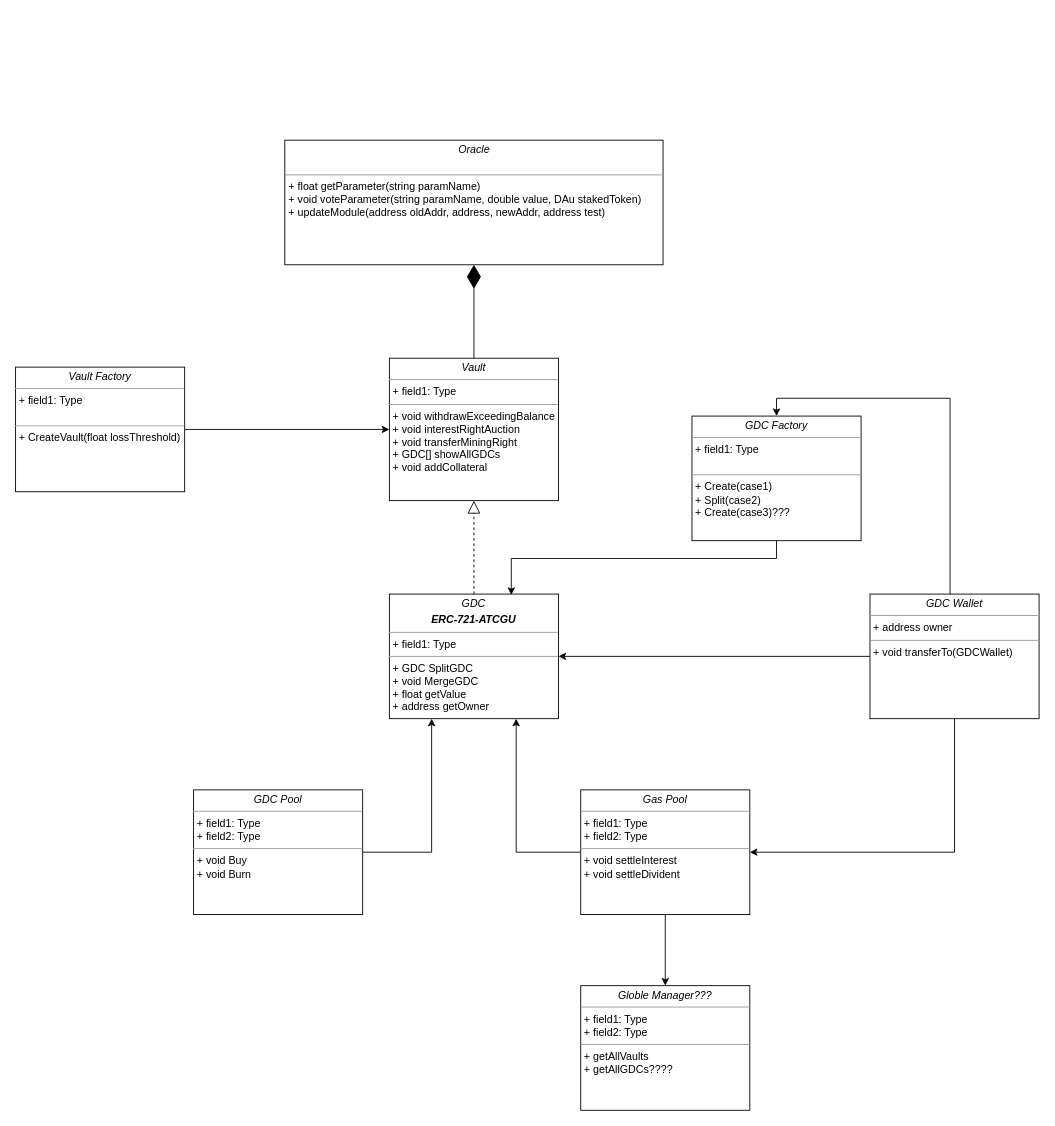
This is GDC.drawio from daugdc/atcgu, a draw.io file, before an edit. Source tidied: cells renumbered, new cells numbered last; positions are measured from the earlier drawing's top-left corner, leaving out a move shared by most shapes. Both pictures are drawn from the tidied source at 89%, with x=0, y=0 at pixel (15, 140).
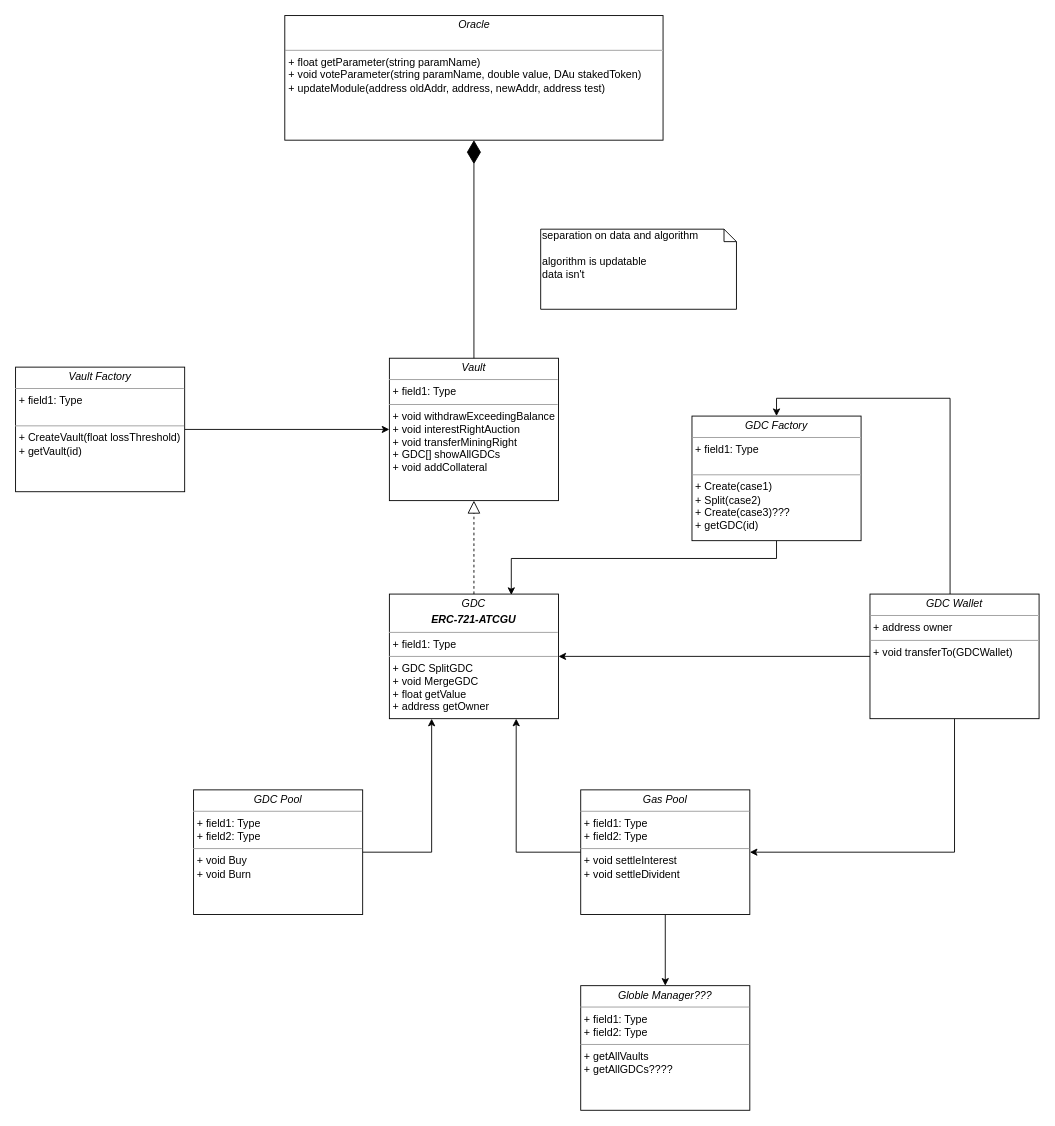
The same page after the edit.

Diff of the diagram source:
```diff
@@
     <mxCell id="13" value="&lt;p style=&quot;margin: 0px ; margin-top: 4px ; text-align: center&quot;&gt;&lt;i&gt;Oracle&lt;/i&gt;&lt;/p&gt;&lt;p style=&quot;margin: 0px ; margin-left: 4px&quot;&gt;&lt;br&gt;&lt;/p&gt;&lt;hr size=&quot;1&quot;&gt;&lt;p style=&quot;margin: 0px ; margin-left: 4px&quot;&gt;+ float getParameter(string paramName)&lt;/p&gt;&lt;p style=&quot;margin: 0px ; margin-left: 4px&quot;&gt;+ void voteParameter(string paramName, double value, DAu stakedToken)&lt;/p&gt;&lt;p style=&quot;margin: 0px ; margin-left: 4px&quot;&gt;+ updateModule(address oldAddr, address, newAddr, address test)&lt;/p&gt;" style="verticalAlign=top;align=left;overflow=fill;fontSize=12;fontFamily=Helvetica;html=1;" parent="1" vertex="1">
-      <mxGeometry x="302.5" width="425" height="140" as="geometry" />
+      <mxGeometry x="302.5" y="-140" width="425" height="140" as="geometry" />
     </mxCell>
@@
-    <mxCell id="17" value="&lt;p style=&quot;margin: 0px ; margin-top: 4px ; text-align: center&quot;&gt;&lt;i&gt;Vault Factory&lt;/i&gt;&lt;/p&gt;&lt;hr size=&quot;1&quot;&gt;&lt;p style=&quot;margin: 0px ; margin-left: 4px&quot;&gt;+ field1: Type&lt;br&gt;&lt;br&gt;&lt;/p&gt;&lt;hr size=&quot;1&quot;&gt;&lt;p style=&quot;margin: 0px ; margin-left: 4px&quot;&gt;+ CreateVault(float lossThreshold)&lt;br&gt;&lt;br&gt;&lt;/p&gt;" style="verticalAlign=top;align=left;overflow=fill;fontSize=12;fontFamily=Helvetica;html=1;" parent="1" vertex="1">
+    <mxCell id="17" value="&lt;p style=&quot;margin: 0px ; margin-top: 4px ; text-align: center&quot;&gt;&lt;i&gt;Vault Factory&lt;/i&gt;&lt;/p&gt;&lt;hr size=&quot;1&quot;&gt;&lt;p style=&quot;margin: 0px ; margin-left: 4px&quot;&gt;+ field1: Type&lt;br&gt;&lt;br&gt;&lt;/p&gt;&lt;hr size=&quot;1&quot;&gt;&lt;p style=&quot;margin: 0px ; margin-left: 4px&quot;&gt;+ CreateVault(float lossThreshold)&lt;br&gt;+ getVault(id)&lt;/p&gt;" style="verticalAlign=top;align=left;overflow=fill;fontSize=12;fontFamily=Helvetica;html=1;" parent="1" vertex="1">
       <mxGeometry y="255" width="190" height="140" as="geometry" />
     </mxCell>
@@
-    <mxCell id="19" value="&lt;p style=&quot;margin: 0px ; margin-top: 4px ; text-align: center&quot;&gt;&lt;i&gt;GDC Factory&lt;/i&gt;&lt;/p&gt;&lt;hr size=&quot;1&quot;&gt;&lt;p style=&quot;margin: 0px ; margin-left: 4px&quot;&gt;+ field1: Type&lt;br&gt;&lt;br&gt;&lt;/p&gt;&lt;hr size=&quot;1&quot;&gt;&lt;p style=&quot;margin: 0px ; margin-left: 4px&quot;&gt;+ Create(case1)&lt;/p&gt;&lt;p style=&quot;margin: 0px ; margin-left: 4px&quot;&gt;+ Split(case2)&lt;/p&gt;&lt;p style=&quot;margin: 0px ; margin-left: 4px&quot;&gt;+ Create(case3)???&lt;br&gt;&lt;br&gt;&lt;/p&gt;" style="verticalAlign=top;align=left;overflow=fill;fontSize=12;fontFamily=Helvetica;html=1;" parent="1" vertex="1">
+    <mxCell id="19" value="&lt;p style=&quot;margin: 0px ; margin-top: 4px ; text-align: center&quot;&gt;&lt;i&gt;GDC Factory&lt;/i&gt;&lt;/p&gt;&lt;hr size=&quot;1&quot;&gt;&lt;p style=&quot;margin: 0px ; margin-left: 4px&quot;&gt;+ field1: Type&lt;br&gt;&lt;br&gt;&lt;/p&gt;&lt;hr size=&quot;1&quot;&gt;&lt;p style=&quot;margin: 0px ; margin-left: 4px&quot;&gt;+ Create(case1)&lt;/p&gt;&lt;p style=&quot;margin: 0px ; margin-left: 4px&quot;&gt;+ Split(case2)&lt;/p&gt;&lt;p style=&quot;margin: 0px ; margin-left: 4px&quot;&gt;+ Create(case3)???&lt;/p&gt;&lt;p style=&quot;margin: 0px ; margin-left: 4px&quot;&gt;+ getGDC(id)&lt;br&gt;&lt;br&gt;&lt;/p&gt;" style="verticalAlign=top;align=left;overflow=fill;fontSize=12;fontFamily=Helvetica;html=1;" parent="1" vertex="1">
       <mxGeometry x="760" y="310" width="190" height="140" as="geometry" />
     </mxCell>
@@
+    <mxCell id="21" value="separation on data and algorithm&lt;br&gt;&lt;br&gt;algorithm is updatable&lt;br&gt;data isn't" style="shape=note;whiteSpace=wrap;html=1;size=14;verticalAlign=top;align=left;spacingTop=-6;" parent="1" vertex="1">
+      <mxGeometry x="590" y="100" width="220" height="90" as="geometry" />
+    </mxCell>
```
